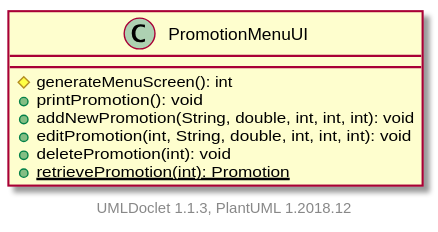
This is projects/oodp/html/umlversion/uml/sg.edu.ntu.scse.cz2002.ui.PromotionMenuUI.svg from itachi1706/How-to-use-Git-NTUSCSE1819-Site, a PlantUML export, as it was before one commit.
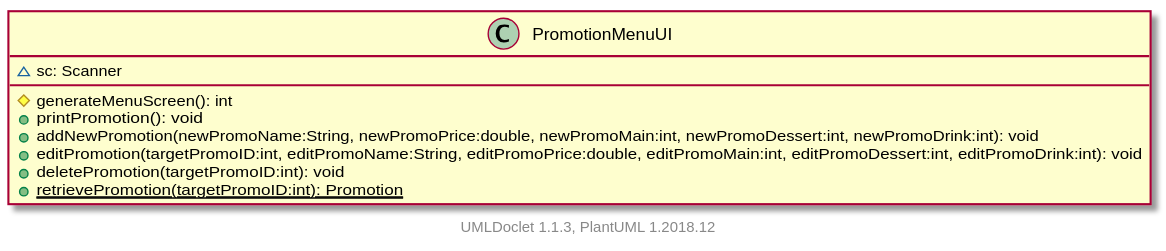
The same file after the commit.

What changed in the source:
```diff
@@ -1,12 +1,13 @@
 @startuml
 
-    class PromotionMenuUI {
+    class PromotionMenuUI [[../sg/edu/ntu/scse/cz2002/ui/PromotionMenuUI.html]] {
+        ~sc: Scanner
         #generateMenuScreen(): int
         +printPromotion(): void
-        +addNewPromotion(String, double, int, int, int): void
-        +editPromotion(int, String, double, int, int, int): void
-        +deletePromotion(int): void
-        {static} +retrievePromotion(int): Promotion
+        +addNewPromotion(newPromoName:String, newPromoPrice:double, newPromoMain:int, newPromoDessert:int, newPromoDrink:int): void
+        +editPromotion(targetPromoID:int, editPromoName:String, editPromoPrice:double, editPromoMain:int, editPromoDessert:int, editPromoDrink:int): void
+        +deletePromotion(targetPromoID:int): void
+        {static} +retrievePromotion(targetPromoID:int): Promotion
     }
 
 
```
